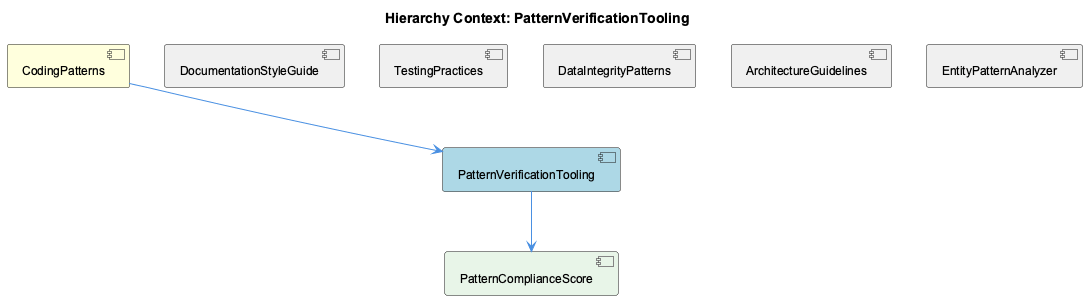
The PlantUML diagram knowledge-management/insights/images/pattern-verification-tooling-relationship.png in fwornle/coding, before a commit. The source it was exported from:
```plantuml
@startuml
!include _standard-style.puml

title Hierarchy Context: PatternVerificationTooling

[CodingPatterns] as coding_patterns #FFFFDD
[PatternVerificationTooling] as pattern_verification_tooling #LightBlue
[DocumentationStyleGuide] as documentation_style_guide #F0F0F0
[TestingPractices] as testing_practices #F0F0F0
[DataIntegrityPatterns] as data_integrity_patterns #F0F0F0
[ArchitectureGuidelines] as architecture_guidelines #F0F0F0
[EntityPatternAnalyzer] as entity_pattern_analyzer #F0F0F0
[PatternComplianceScore] as pattern_compliance_score #E8F5E8

coding_patterns --> pattern_verification_tooling
documentation_style_guide -[hidden]- pattern_verification_tooling
testing_practices -[hidden]- pattern_verification_tooling
data_integrity_patterns -[hidden]- pattern_verification_tooling
architecture_guidelines -[hidden]- pattern_verification_tooling
entity_pattern_analyzer -[hidden]- pattern_verification_tooling
pattern_verification_tooling --> pattern_compliance_score

@enduml
```
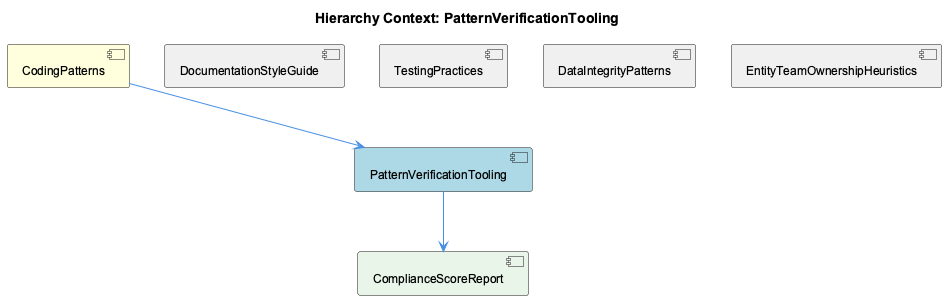
After the commit.

Diff of the diagram source:
```diff
@@ -8,16 +8,14 @@
 [DocumentationStyleGuide] as documentation_style_guide #F0F0F0
 [TestingPractices] as testing_practices #F0F0F0
 [DataIntegrityPatterns] as data_integrity_patterns #F0F0F0
-[ArchitectureGuidelines] as architecture_guidelines #F0F0F0
-[EntityPatternAnalyzer] as entity_pattern_analyzer #F0F0F0
-[PatternComplianceScore] as pattern_compliance_score #E8F5E8
+[EntityTeamOwnershipHeuristics] as entity_team_ownership_heuristics #F0F0F0
+[ComplianceScoreReport] as compliance_score_report #E8F5E8
 
 coding_patterns --> pattern_verification_tooling
 documentation_style_guide -[hidden]- pattern_verification_tooling
 testing_practices -[hidden]- pattern_verification_tooling
 data_integrity_patterns -[hidden]- pattern_verification_tooling
-architecture_guidelines -[hidden]- pattern_verification_tooling
-entity_pattern_analyzer -[hidden]- pattern_verification_tooling
-pattern_verification_tooling --> pattern_compliance_score
+entity_team_ownership_heuristics -[hidden]- pattern_verification_tooling
+pattern_verification_tooling --> compliance_score_report
 
 @enduml
```
